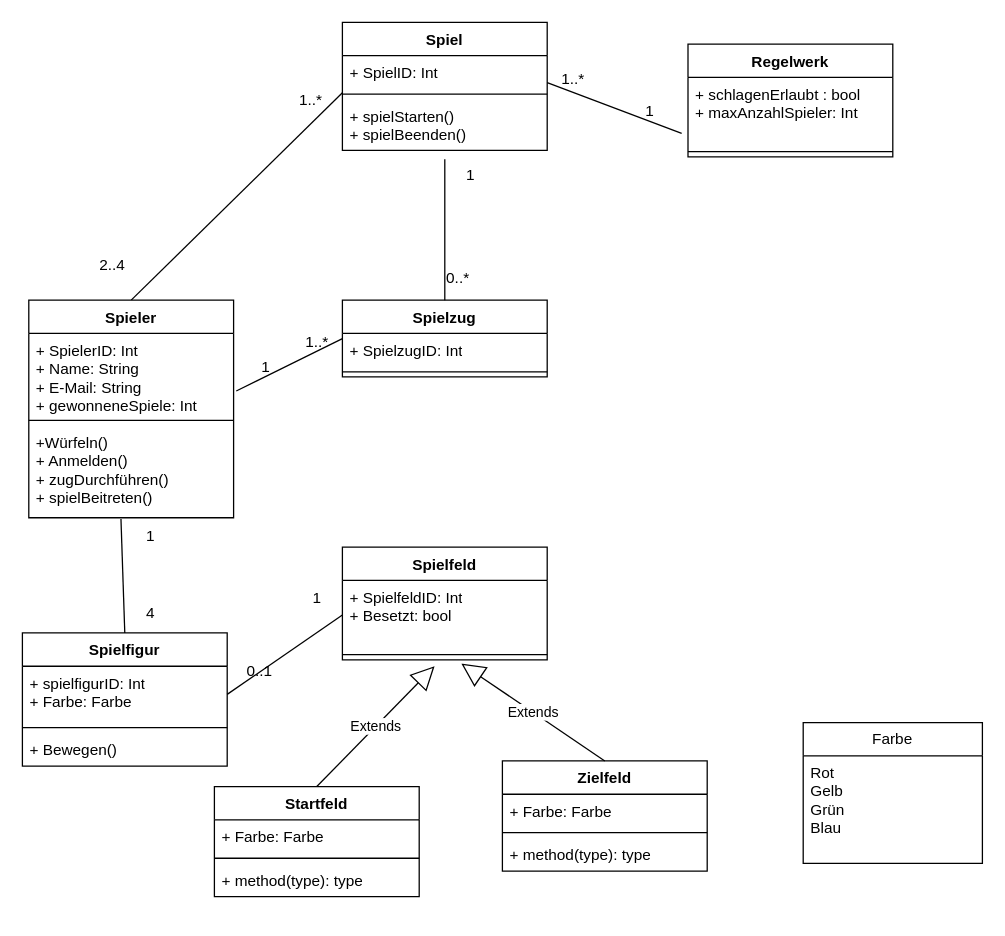
mpotthar/dhbw_software_engineering_ii keeps this draw.io diagram as klassendiagramm/klassendiagramm.drawio. Above is the earlier version. Source tidied: cells renumbered, new cells numbered last; positions are measured from the earlier drawing's top-left corner, leaving out a move shared by most shapes. Both pictures are drawn from the tidied source at 128%, with x=0, y=0 at pixel (22, 22).
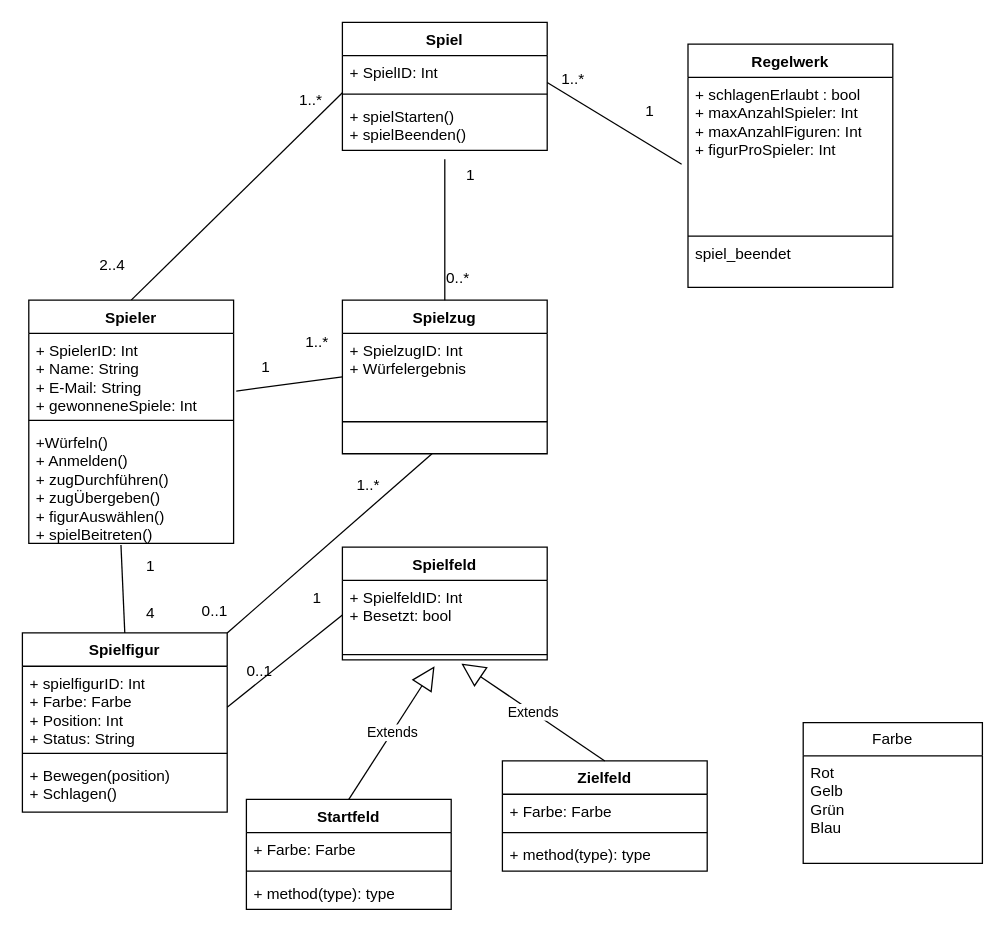
After the change.

What changed in the source:
```diff
@@
     <mxCell id="2" value="Spielfigur" style="swimlane;fontStyle=1;align=center;verticalAlign=top;horizontal=1;startSize=26;whiteSpace=wrap;html=1;" parent="1" vertex="1">
-      <mxGeometry y="477" width="160" height="104" as="geometry" />
+      <mxGeometry y="477" width="160" height="140" as="geometry" />
     </mxCell>
-    <mxCell id="3" value="&lt;div&gt;+ spielfigurID: Int&lt;br&gt;&lt;/div&gt;&lt;div&gt;+ Farbe: Farbe&lt;/div&gt;" style="text;strokeColor=none;fillColor=none;align=left;verticalAlign=top;spacingLeft=4;spacingRight=4;overflow=hidden;points=[[0,0.5],[1,0.5]];portConstraint=eastwest;whiteSpace=wrap;html=1;" parent="2" vertex="1">
-      <mxGeometry y="26" width="160" height="44" as="geometry" />
+    <mxCell id="3" value="&lt;div&gt;+ spielfigurID: Int&lt;br&gt;&lt;/div&gt;&lt;div&gt;+ Farbe: Farbe&lt;/div&gt;&lt;div&gt;+ Position: Int&lt;/div&gt;&lt;div&gt;+ Status: String&lt;br&gt;&lt;/div&gt;" style="text;strokeColor=none;fillColor=none;align=left;verticalAlign=top;spacingLeft=4;spacingRight=4;overflow=hidden;points=[[0,0.5],[1,0.5]];portConstraint=eastwest;whiteSpace=wrap;html=1;" parent="2" vertex="1">
+      <mxGeometry y="26" width="160" height="64" as="geometry" />
     </mxCell>
     <mxCell id="4" style="line;strokeWidth=1;fillColor=none;align=left;verticalAlign=middle;spacingTop=-1;spacingLeft=3;spacingRight=3;labelPosition=right;strokeColor=inherit;" parent="2" vertex="1">
-      <mxGeometry y="70" width="160" height="8" as="geometry" />
+      <mxGeometry y="90" width="160" height="8" as="geometry" />
     </mxCell>
-    <mxCell id="5" value="+ Bewegen()" style="text;strokeColor=none;fillColor=none;align=left;verticalAlign=top;spacingLeft=4;spacingRight=4;overflow=hidden;whiteSpace=wrap;html=1;" parent="2" vertex="1">
-      <mxGeometry y="78" width="160" height="26" as="geometry" />
+    <mxCell id="5" value="&lt;div&gt;+ Bewegen(position)&lt;/div&gt;&lt;div&gt;+ Schlagen()&lt;br&gt;&lt;/div&gt;" style="text;strokeColor=none;fillColor=none;align=left;verticalAlign=top;spacingLeft=4;spacingRight=4;overflow=hidden;whiteSpace=wrap;html=1;" parent="2" vertex="1">
+      <mxGeometry y="98" width="160" height="42" as="geometry" />
     </mxCell>
     <mxCell id="6" value="&lt;div&gt;Spielzug&lt;/div&gt;" style="swimlane;fontStyle=1;align=center;verticalAlign=top;horizontal=1;startSize=26;whiteSpace=wrap;html=1;" parent="1" vertex="1">
-      <mxGeometry x="250" y="217" width="160" height="60" as="geometry" />
+      <mxGeometry x="250" y="217" width="160" height="120" as="geometry" />
     </mxCell>
-    <mxCell id="7" value="&lt;div&gt;+ SpielzugID: Int&lt;/div&gt;" style="text;strokeColor=none;fillColor=none;align=left;verticalAlign=top;spacingLeft=4;spacingRight=4;overflow=hidden;whiteSpace=wrap;html=1;" parent="6" vertex="1">
-      <mxGeometry y="26" width="160" height="26" as="geometry" />
+    <mxCell id="7" value="&lt;div&gt;+ SpielzugID: Int&lt;/div&gt;&lt;div&gt;+ Würfelergebnis&lt;/div&gt;" style="text;strokeColor=none;fillColor=none;align=left;verticalAlign=top;spacingLeft=4;spacingRight=4;overflow=hidden;whiteSpace=wrap;html=1;" parent="6" vertex="1">
+      <mxGeometry y="26" width="160" height="44" as="geometry" />
     </mxCell>
     <mxCell id="8" style="line;strokeWidth=1;fillColor=none;align=left;verticalAlign=middle;spacingTop=-1;spacingLeft=3;spacingRight=3;labelPosition=right;strokeColor=inherit;" parent="6" vertex="1">
-      <mxGeometry y="52" width="160" height="8" as="geometry" />
+      <mxGeometry y="70" width="160" height="50" as="geometry" />
     </mxCell>
@@
     <mxCell id="12" value="&lt;div&gt;Startfeld&lt;/div&gt;" style="swimlane;fontStyle=1;align=center;verticalAlign=top;horizontal=1;startSize=26;whiteSpace=wrap;html=1;" parent="1" vertex="1">
-      <mxGeometry x="150" y="597" width="160" height="86" as="geometry" />
+      <mxGeometry x="175" y="607" width="160" height="86" as="geometry" />
     </mxCell>
@@
     <mxCell id="21" value="1" style="text;html=1;align=center;verticalAlign=middle;strokeColor=none;fillColor=none;" parent="1" vertex="1">
-      <mxGeometry x="85" y="387" width="30" height="30" as="geometry" />
+      <mxGeometry x="85" y="410" width="30" height="30" as="geometry" />
     </mxCell>
@@
     <mxCell id="27" value="Regelwerk" style="swimlane;fontStyle=1;align=center;verticalAlign=top;horizontal=1;startSize=26;whiteSpace=wrap;html=1;" parent="1" vertex="1">
-      <mxGeometry x="520" y="17" width="160" height="88" as="geometry" />
+      <mxGeometry x="520" y="17" width="160" height="190" as="geometry" />
     </mxCell>
-    <mxCell id="28" value="&lt;div&gt;+ schlagenErlaubt : bool&lt;/div&gt;&lt;div&gt;+ maxAnzahlSpieler: Int&lt;/div&gt;&lt;div&gt;&lt;br&gt;&lt;/div&gt;" style="text;strokeColor=none;fillColor=none;align=left;verticalAlign=top;spacingLeft=4;spacingRight=4;overflow=hidden;points=[[0,0.5],[1,0.5]];portConstraint=eastwest;whiteSpace=wrap;html=1;" parent="27" vertex="1">
-      <mxGeometry y="26" width="160" height="54" as="geometry" />
+    <mxCell id="28" value="&lt;div&gt;+ schlagenErlaubt : bool&lt;/div&gt;&lt;div&gt;+ maxAnzahlSpieler: Int&lt;/div&gt;&lt;div&gt;+ maxAnzahlFiguren: Int&lt;/div&gt;&lt;div&gt;+ figurProSpieler: Int&lt;br&gt;&lt;/div&gt;" style="text;strokeColor=none;fillColor=none;align=left;verticalAlign=top;spacingLeft=4;spacingRight=4;overflow=hidden;points=[[0,0.5],[1,0.5]];portConstraint=eastwest;whiteSpace=wrap;html=1;" parent="27" vertex="1">
+      <mxGeometry y="26" width="160" height="84" as="geometry" />
     </mxCell>
     <mxCell id="29" style="line;strokeWidth=1;fillColor=none;align=left;verticalAlign=middle;spacingTop=-1;spacingLeft=3;spacingRight=3;labelPosition=right;strokeColor=inherit;" parent="27" vertex="1">
-      <mxGeometry y="80" width="160" height="8" as="geometry" />
+      <mxGeometry y="110" width="160" height="80" as="geometry" />
     </mxCell>
@@
     <mxCell id="46" value="Spieler" style="swimlane;fontStyle=1;align=center;verticalAlign=top;horizontal=1;startSize=26;whiteSpace=wrap;html=1;" parent="1" vertex="1">
-      <mxGeometry x="5" y="217" width="160" height="170" as="geometry" />
+      <mxGeometry x="5" y="217" width="160" height="190" as="geometry" />
     </mxCell>
@@
-    <mxCell id="49" value="&lt;div&gt;+Würfeln()&lt;/div&gt;&lt;div&gt;+ Anmelden()&lt;/div&gt;&lt;div&gt;+ zugDurchführen()&lt;/div&gt;&lt;div&gt;+ spielBeitreten()&lt;br&gt;&lt;/div&gt;" style="text;strokeColor=none;fillColor=none;align=left;verticalAlign=top;spacingLeft=4;spacingRight=4;overflow=hidden;points=[[0,0.5],[1,0.5]];portConstraint=eastwest;whiteSpace=wrap;html=1;" parent="46" vertex="1">
-      <mxGeometry y="98" width="160" height="72" as="geometry" />
+    <mxCell id="49" value="&lt;div&gt;+Würfeln()&lt;/div&gt;&lt;div&gt;+ Anmelden()&lt;/div&gt;&lt;div&gt;+ zugDurchführen()&lt;/div&gt;&lt;div&gt;+ zugÜbergeben()&lt;/div&gt;&lt;div&gt;+ figurAuswählen()&lt;br&gt;&lt;/div&gt;&lt;div&gt;+ spielBeitreten()&lt;br&gt;&lt;/div&gt;" style="text;strokeColor=none;fillColor=none;align=left;verticalAlign=top;spacingLeft=4;spacingRight=4;overflow=hidden;points=[[0,0.5],[1,0.5]];portConstraint=eastwest;whiteSpace=wrap;html=1;" parent="46" vertex="1">
+      <mxGeometry y="98" width="160" height="92" as="geometry" />
     </mxCell>
@@
+    <mxCell id="53" value="spiel_beendet" style="text;strokeColor=none;fillColor=none;align=left;verticalAlign=top;spacingLeft=4;spacingRight=4;overflow=hidden;whiteSpace=wrap;html=1;" parent="1" vertex="1">
+      <mxGeometry x="520" y="167" width="160" height="84" as="geometry" />
+    </mxCell>
+    <mxCell id="54" style="endArrow=none;html=1;rounded=0;exitX=1;exitY=0;exitDx=0;exitDy=0;" parent="1" edge="1" source="2">
+      <mxGeometry relative="1" as="geometry">
+        <mxPoint x="320" y="337" as="targetPoint" />
+      </mxGeometry>
+    </mxCell>
+    <mxCell id="55" value="1..*" style="text;html=1;align=center;verticalAlign=middle;strokeColor=none;fillColor=none;" parent="1" vertex="1">
+      <mxGeometry x="250" y="347" width="40" height="30" as="geometry" />
+    </mxCell>
+    <mxCell id="56" value="0..1" style="text;html=1;align=center;verticalAlign=middle;strokeColor=none;fillColor=none;" parent="1" vertex="1">
+      <mxGeometry x="130" y="445" width="40" height="30" as="geometry" />
+    </mxCell>
```
